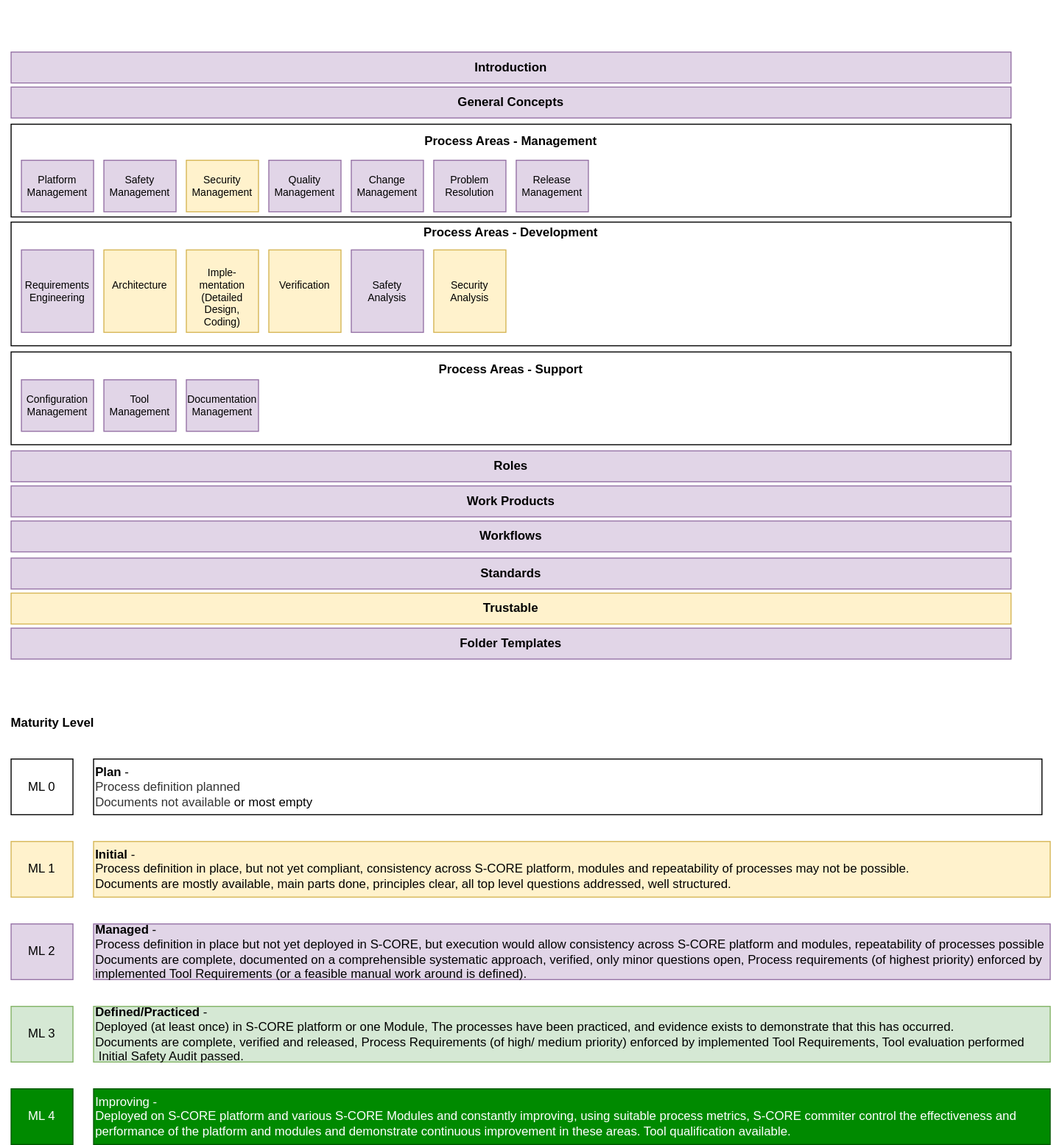
The draw.io diagram main/_images/score_process_area_overview.drawio1.svg in PiotrKorkus/reference_integration, before a commit. Source tidied: cells renumbered, new cells last; positions are measured from the earlier drawing's top-left corner, leaving out a move shared by most shapes.
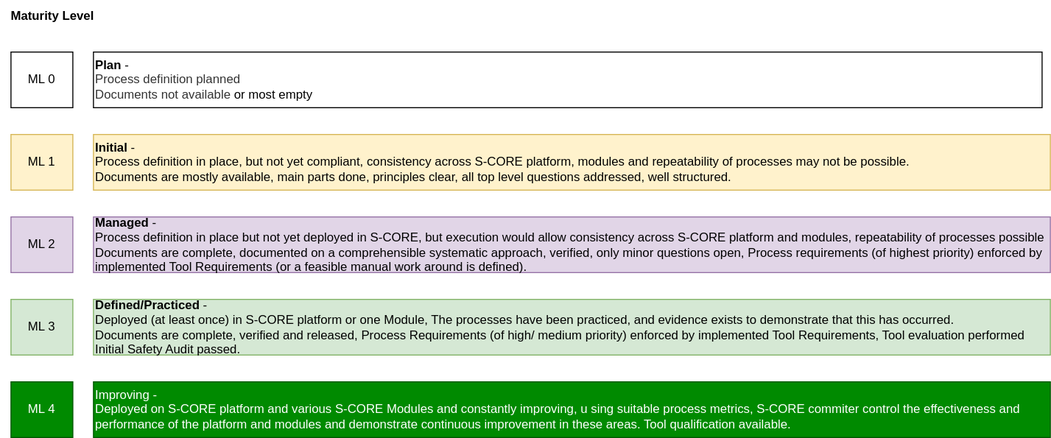
After the change.

Diff of the diagram source:
```diff
@@ -2,48 +2,6 @@
   <root>
     <mxCell id="0" />
     <mxCell id="1" parent="0" />
-    <mxCell id="2" value="&lt;b&gt;&lt;br&gt;&lt;br&gt;&lt;br&gt;&lt;br&gt;&lt;br&gt;&lt;br&gt;&lt;br&gt;Process Areas - Support&lt;br&gt;&lt;br&gt;&lt;br&gt;&lt;br&gt;&lt;br&gt;&lt;br&gt;&lt;br&gt;&lt;br&gt;&lt;br&gt;&lt;br&gt;&lt;br&gt;&amp;nbsp;&lt;/b&gt;" style="rounded=0;whiteSpace=wrap;html=1;" parent="1" vertex="1">
-      <mxGeometry x="10" y="291" width="970" height="90" as="geometry" />
-    </mxCell>
-    <mxCell id="3" value="&lt;b&gt;&lt;br&gt;&lt;br&gt;&lt;br&gt;&lt;br&gt;Process Areas - Development&lt;br&gt;&lt;br&gt;&lt;br&gt;&lt;br&gt;&lt;br&gt;&lt;br&gt;&lt;br&gt;&lt;br&gt;&lt;br&gt;&lt;br&gt;&lt;br&gt;&amp;nbsp;&lt;/b&gt;" style="rounded=0;whiteSpace=wrap;html=1;" parent="1" vertex="1">
-      <mxGeometry x="10" y="165" width="970" height="120" as="geometry" />
-    </mxCell>
-    <mxCell id="4" value="&lt;span style=&quot;&quot;&gt;Introduction&lt;/span&gt;" style="rounded=0;whiteSpace=wrap;html=1;fontStyle=1;fillColor=#e1d5e7;strokeColor=#9673a6;" parent="1" vertex="1">
-      <mxGeometry x="10" width="970" height="30" as="geometry" />
-    </mxCell>
-    <mxCell id="5" value="&lt;b&gt;&lt;br&gt;&lt;br&gt;&lt;br&gt;&lt;br&gt;&lt;br&gt;&lt;br&gt;&lt;br&gt;&lt;br&gt;&lt;br&gt;Process Areas - Management&lt;br&gt;&lt;br&gt;&lt;br&gt;&lt;br&gt;&lt;br&gt;&lt;br&gt;&lt;br&gt;&lt;br&gt;&lt;br&gt;&lt;br&gt;&lt;br&gt;&lt;br&gt;&lt;br&gt;&amp;nbsp;&lt;/b&gt;" style="rounded=0;whiteSpace=wrap;html=1;" parent="1" vertex="1">
-      <mxGeometry x="10" y="70" width="970" height="90" as="geometry" />
-    </mxCell>
-    <mxCell id="6" value="Requirements&lt;br style=&quot;font-size: 10px;&quot;&gt;Engineering" style="rounded=0;whiteSpace=wrap;html=1;fillColor=#e1d5e7;strokeColor=#9673a6;fontSize=10;verticalAlign=middle;" parent="1" vertex="1">
-      <mxGeometry x="20" y="192" width="70" height="80" as="geometry" />
-    </mxCell>
-    <mxCell id="7" value="Safety&lt;br style=&quot;font-size: 10px;&quot;&gt;Management" style="rounded=0;whiteSpace=wrap;html=1;fillColor=#e1d5e7;strokeColor=#9673a6;fontSize=10;verticalAlign=middle;" parent="1" vertex="1">
-      <mxGeometry x="100" y="105" width="70" height="50" as="geometry" />
-    </mxCell>
-    <mxCell id="8" value="Change Management&lt;br&gt;" style="rounded=0;whiteSpace=wrap;html=1;fillColor=#e1d5e7;strokeColor=#9673a6;fontSize=10;verticalAlign=middle;" parent="1" vertex="1">
-      <mxGeometry x="340" y="105" width="70" height="50" as="geometry" />
-    </mxCell>
-    <mxCell id="9" value="Documentation&lt;br style=&quot;font-size: 10px;&quot;&gt;Management" style="rounded=0;whiteSpace=wrap;html=1;fillColor=#e1d5e7;strokeColor=#9673a6;fontSize=10;" parent="1" vertex="1">
-      <mxGeometry x="180" y="318" width="70" height="50" as="geometry" />
-    </mxCell>
-    <mxCell id="10" value="&lt;span style=&quot;&quot;&gt;General Concepts&lt;/span&gt;" style="rounded=0;whiteSpace=wrap;html=1;fontStyle=1;fillColor=#e1d5e7;strokeColor=#9673a6;" parent="1" vertex="1">
-      <mxGeometry x="10" y="34" width="970" height="30" as="geometry" />
-    </mxCell>
-    <mxCell id="11" value="&lt;span style=&quot;&quot;&gt;Standards&lt;/span&gt;" style="rounded=0;whiteSpace=wrap;html=1;fontStyle=1;fillColor=#e1d5e7;strokeColor=#9673a6;" parent="1" vertex="1">
-      <mxGeometry x="10" y="491" width="970" height="30" as="geometry" />
-    </mxCell>
-    <mxCell id="12" value="&lt;span style=&quot;&quot;&gt;Roles&lt;/span&gt;" style="rounded=0;whiteSpace=wrap;html=1;fontStyle=1;fillColor=#e1d5e7;strokeColor=#9673a6;" parent="1" vertex="1">
-      <mxGeometry x="10" y="387" width="970" height="30" as="geometry" />
-    </mxCell>
-    <mxCell id="13" value="&lt;br style=&quot;font-size: 10px;&quot;&gt;&lt;br style=&quot;font-size: 10px;&quot;&gt;Architecture&lt;br style=&quot;font-size: 10px;&quot;&gt;&lt;br style=&quot;font-size: 10px;&quot;&gt;&lt;br style=&quot;font-size: 10px;&quot;&gt;&lt;br style=&quot;font-size: 10px;&quot;&gt;" style="rounded=0;whiteSpace=wrap;html=1;fillColor=#fff2cc;strokeColor=#d6b656;verticalAlign=middle;fontSize=10;" parent="1" vertex="1">
-      <mxGeometry x="100" y="192" width="70" height="80" as="geometry" />
-    </mxCell>
-    <mxCell id="14" value="&lt;font style=&quot;font-size: 10px;&quot;&gt;&lt;font style=&quot;font-size: 10px;&quot;&gt;&lt;br style=&quot;font-size: 10px;&quot;&gt;Imple-mentation&lt;/font&gt;&lt;br style=&quot;font-size: 10px;&quot;&gt;&lt;span style=&quot;font-size: 10px;&quot;&gt;(Detailed Design, &lt;/span&gt;&lt;br style=&quot;font-size: 10px;&quot;&gt;&lt;span style=&quot;font-size: 10px;&quot;&gt;Coding)&lt;/span&gt;&lt;/font&gt;" style="rounded=0;whiteSpace=wrap;html=1;fillColor=#fff2cc;strokeColor=#d6b656;fontSize=10;" parent="1" vertex="1">
-      <mxGeometry x="180" y="192" width="70" height="80" as="geometry" />
-    </mxCell>
-    <mxCell id="15" value="Problem Resolution" style="rounded=0;whiteSpace=wrap;html=1;fontSize=10;fillColor=#e1d5e7;strokeColor=#9673a6;" parent="1" vertex="1">
-      <mxGeometry x="420" y="105" width="70" height="50" as="geometry" />
-    </mxCell>
     <mxCell id="16" value="ML 4" style="rounded=0;whiteSpace=wrap;html=1;fillColor=#008a00;strokeColor=#005700;fontColor=#ffffff;" parent="1" vertex="1">
       <mxGeometry x="10" y="1006" width="60" height="54" as="geometry" />
     </mxCell>
@@ -53,36 +11,12 @@
     <mxCell id="18" value="ML 1" style="rounded=0;whiteSpace=wrap;html=1;fillColor=#fff2cc;strokeColor=#d6b656;" parent="1" vertex="1">
       <mxGeometry x="10" y="766" width="60" height="54" as="geometry" />
     </mxCell>
-    <mxCell id="19" value="Verification&lt;br style=&quot;font-size: 10px;&quot;&gt;&lt;br style=&quot;font-size: 10px;&quot;&gt;" style="rounded=0;whiteSpace=wrap;html=1;fillColor=#fff2cc;strokeColor=#d6b656;fontSize=10;" parent="1" vertex="1">
-      <mxGeometry x="260" y="192" width="70" height="80" as="geometry" />
-    </mxCell>
-    <mxCell id="20" value="Configuration&lt;br style=&quot;font-size: 10px;&quot;&gt;Management" style="rounded=0;whiteSpace=wrap;html=1;fontSize=10;fillColor=#e1d5e7;strokeColor=#9673a6;verticalAlign=middle;" parent="1" vertex="1">
-      <mxGeometry x="20" y="318" width="70" height="50" as="geometry" />
-    </mxCell>
-    <mxCell id="21" value="Tool&lt;br style=&quot;font-size: 10px;&quot;&gt;Management" style="rounded=0;whiteSpace=wrap;html=1;fontSize=10;fillColor=#e1d5e7;strokeColor=#9673a6;" parent="1" vertex="1">
-      <mxGeometry x="100" y="318" width="70" height="50" as="geometry" />
-    </mxCell>
-    <mxCell id="22" value="Quality&lt;br style=&quot;font-size: 10px;&quot;&gt;Management" style="rounded=0;whiteSpace=wrap;html=1;fontSize=10;fillColor=#e1d5e7;strokeColor=#9673a6;verticalAlign=middle;" parent="1" vertex="1">
-      <mxGeometry x="260" y="105" width="70" height="50" as="geometry" />
-    </mxCell>
-    <mxCell id="23" value="Platform&lt;br style=&quot;font-size: 10px;&quot;&gt;Management" style="rounded=0;whiteSpace=wrap;html=1;fontSize=10;fillColor=#e1d5e7;strokeColor=#9673a6;verticalAlign=middle;" parent="1" vertex="1">
-      <mxGeometry x="20" y="105" width="70" height="50" as="geometry" />
-    </mxCell>
     <mxCell id="24" value="&lt;b&gt;Maturity Level&lt;/b&gt;" style="text;html=1;align=center;verticalAlign=middle;strokeColor=none;fillColor=none;" parent="1" vertex="1">
       <mxGeometry y="636" width="100" height="30" as="geometry" />
     </mxCell>
     <mxCell id="25" value="ML 0" style="rounded=0;whiteSpace=wrap;html=1;" parent="1" vertex="1">
       <mxGeometry x="10" y="686" width="60" height="54" as="geometry" />
     </mxCell>
-    <mxCell id="26" value="&lt;br style=&quot;font-size: 10px;&quot;&gt;Safety&lt;br style=&quot;font-size: 10px;&quot;&gt;Analysis&lt;br style=&quot;font-size: 10px;&quot;&gt;&lt;br style=&quot;font-size: 10px;&quot;&gt;" style="rounded=0;whiteSpace=wrap;html=1;fillColor=#e1d5e7;strokeColor=#9673a6;fontSize=10;" parent="1" vertex="1">
-      <mxGeometry x="340" y="192" width="70" height="80" as="geometry" />
-    </mxCell>
-    <mxCell id="27" value="&lt;span style=&quot;&quot;&gt;Work Products&lt;/span&gt;" style="rounded=0;whiteSpace=wrap;html=1;fontStyle=1;fillColor=#e1d5e7;strokeColor=#9673a6;" parent="1" vertex="1">
-      <mxGeometry x="10" y="421" width="970" height="30" as="geometry" />
-    </mxCell>
-    <mxCell id="28" value="&lt;span style=&quot;&quot;&gt;Workflows&lt;/span&gt;" style="rounded=0;whiteSpace=wrap;html=1;fontStyle=1;fillColor=#e1d5e7;strokeColor=#9673a6;" parent="1" vertex="1">
-      <mxGeometry x="10" y="455" width="970" height="30" as="geometry" />
-    </mxCell>
     <mxCell id="29" value="ML 3" style="rounded=0;whiteSpace=wrap;html=1;fillColor=#d5e8d4;strokeColor=#82b366;" parent="1" vertex="1">
       <mxGeometry x="10" y="926" width="60" height="54" as="geometry" />
     </mxCell>
@@ -101,20 +35,5 @@
     <mxCell id="34" value="Improving -&amp;nbsp;&lt;br&gt;&lt;span style=&quot;background-color: initial;&quot;&gt;Deployed on S-CORE platform and various S-CORE Modules and&amp;nbsp;&lt;/span&gt;&lt;span style=&quot;background-color: initial;&quot;&gt;constantly improving, u&lt;/span&gt;&lt;span style=&quot;text-align: center;&quot;&gt;sing suitable process metrics, S-CORE commiter control the effectiveness and performance of the platform and modules and demonstrate continuous improvement in these areas. Tool qualification available.&lt;/span&gt;" style="rounded=0;whiteSpace=wrap;html=1;fillColor=#008a00;strokeColor=#005700;fontColor=#FFFFFF;align=left;" parent="1" vertex="1">
       <mxGeometry x="90" y="1006" width="928" height="54" as="geometry" />
     </mxCell>
-    <mxCell id="35" value="Release&lt;br style=&quot;font-size: 10px;&quot;&gt;Management" style="rounded=0;whiteSpace=wrap;html=1;fontSize=10;fillColor=#e1d5e7;strokeColor=#9673a6;" parent="1" vertex="1">
-      <mxGeometry x="500" y="105" width="70" height="50" as="geometry" />
-    </mxCell>
-    <mxCell id="36" value="&lt;span style=&quot;&quot;&gt;Trustable&lt;/span&gt;" style="rounded=0;whiteSpace=wrap;html=1;fontStyle=1;fillColor=#fff2cc;strokeColor=#d6b656;" parent="1" vertex="1">
-      <mxGeometry x="10" y="525" width="970" height="30" as="geometry" />
-    </mxCell>
-    <mxCell id="37" value="&lt;span style=&quot;&quot;&gt;Folder Templates&lt;/span&gt;" style="rounded=0;whiteSpace=wrap;html=1;fontStyle=1;fillColor=#e1d5e7;strokeColor=#9673a6;" parent="1" vertex="1">
-      <mxGeometry x="10" y="559" width="970" height="30" as="geometry" />
-    </mxCell>
-    <mxCell id="38" value="Security&lt;br style=&quot;font-size: 10px;&quot;&gt;Management" style="rounded=0;whiteSpace=wrap;html=1;fontSize=10;fillColor=#fff2cc;strokeColor=#d6b656;verticalAlign=middle;" parent="1" vertex="1">
-      <mxGeometry x="180" y="105" width="70" height="50" as="geometry" />
-    </mxCell>
-    <mxCell id="39" value="Security&lt;br style=&quot;font-size: 10px;&quot;&gt;Analysis" style="rounded=0;whiteSpace=wrap;html=1;fillColor=#fff2cc;strokeColor=#d6b656;fontSize=10;" parent="1" vertex="1">
-      <mxGeometry x="420" y="192" width="70" height="80" as="geometry" />
-    </mxCell>
   </root>
 </mxGraphModel>
```
